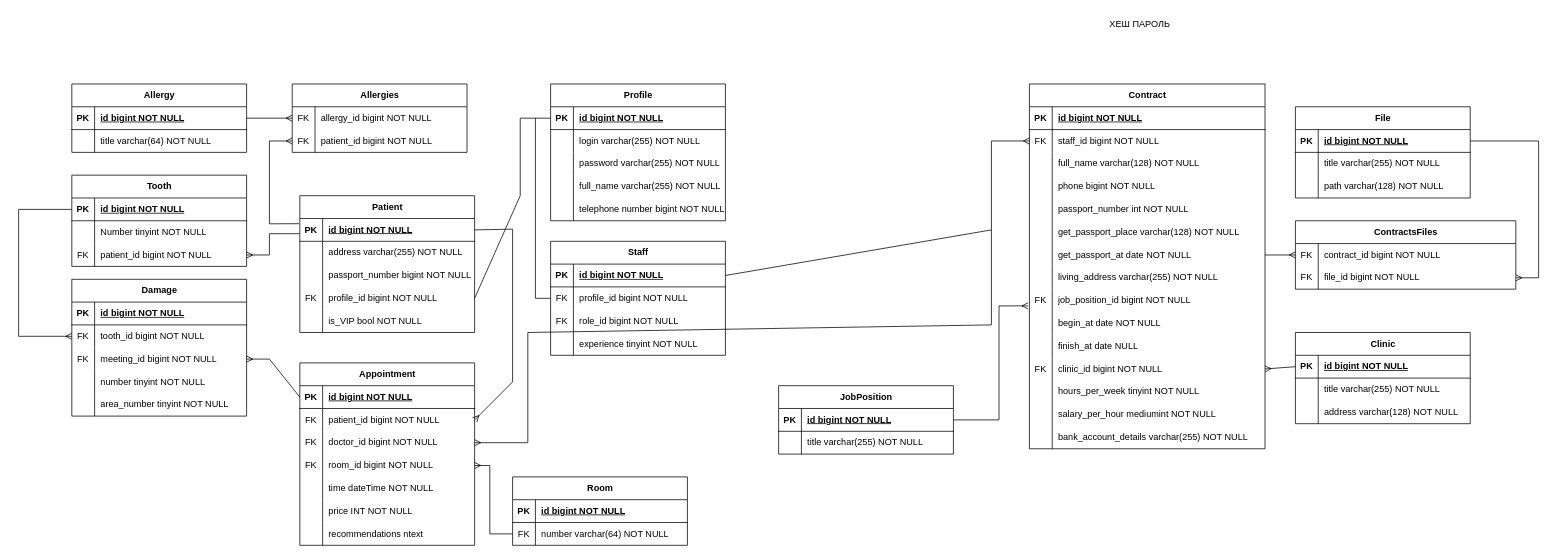
Earlier version of the draw.io diagram диаграммы баз данных/стоматология/логическая.drawio (DogNellaf/shoe-store). Source tidied: cells renumbered, new cells numbered last; positions are measured from the earlier drawing's top-left corner, leaving out a move shared by most shapes. Both pictures are drawn from the tidied source at 76%, with x=0, y=0 at pixel (18, 13).
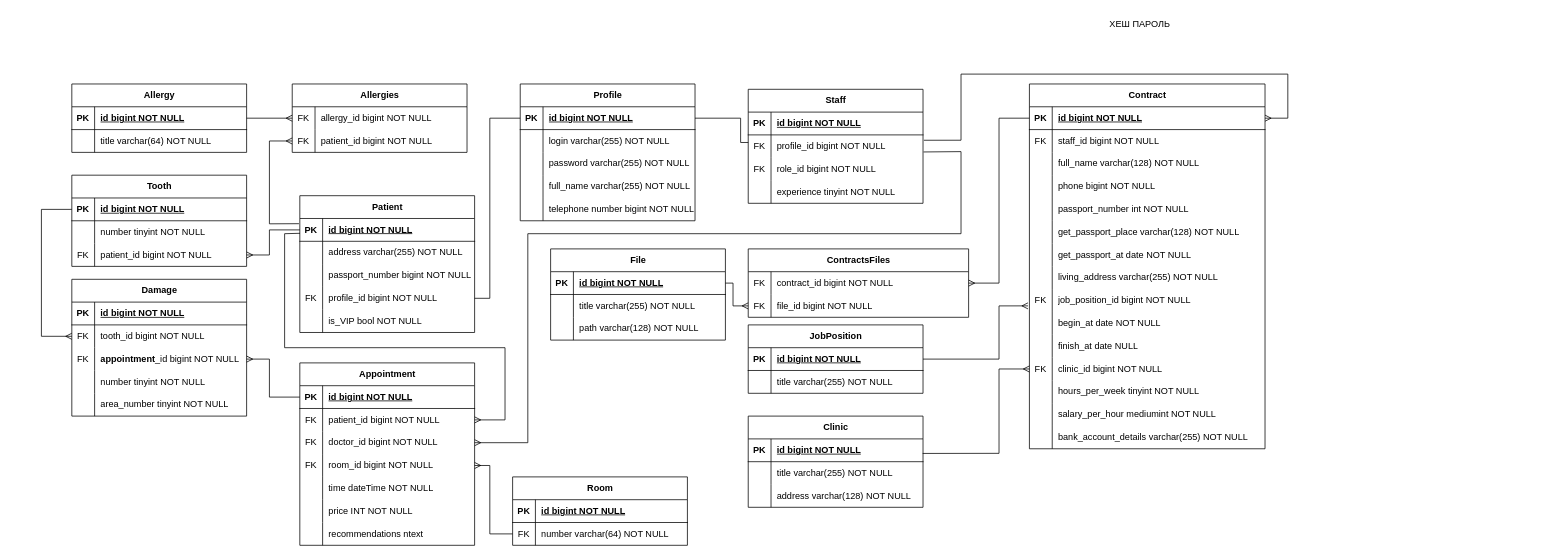
After the change.

Commit message (it also covers changes not shown here):
Небольшая правка диаграммы

Unchanged cells that the change refers to:
```xml
<mxCell id="24" style="shape=tableRow;horizontal=0;startSize=0;swimlaneHead=0;swimlaneBody=0;fillColor=none;points=[[0,0.5],[1,0.5]];portConstraint=eastwest;top=0;left=0;right=0;bottom=1;" parent="23" vertex="1">
  <mxGeometry y="30" width="230" height="30" as="geometry" />
</mxCell>
<mxCell id="27" style="shape=tableRow;horizontal=0;startSize=0;swimlaneHead=0;swimlaneBody=0;fillColor=none;top=0;left=0;right=0;bottom=0;" parent="23" vertex="1">
  <mxGeometry y="60" width="230" height="30" as="geometry" />
</mxCell>
<mxCell id="30" style="shape=tableRow;horizontal=0;startSize=0;swimlaneHead=0;swimlaneBody=0;fillColor=none;points=[[0,0.5],[1,0.5]];portConstraint=eastwest;top=0;left=0;right=0;bottom=0;" parent="23" vertex="1">
  <mxGeometry y="90" width="230" height="30" as="geometry" />
</mxCell>
<mxCell id="41" style="shape=tableRow;horizontal=0;startSize=0;swimlaneHead=0;swimlaneBody=0;fillColor=none;points=[[0,0.5],[1,0.5]];portConstraint=eastwest;top=0;left=0;right=0;bottom=1;" parent="40" vertex="1">
  <mxGeometry y="30" width="230" height="30" as="geometry" />
</mxCell>
<mxCell id="44" style="shape=tableRow;horizontal=0;startSize=0;swimlaneHead=0;swimlaneBody=0;fillColor=none;points=[[0,0.5],[1,0.5]];portConstraint=eastwest;top=0;left=0;right=0;bottom=0;" parent="40" vertex="1">
  <mxGeometry y="60" width="230" height="30" as="geometry" />
</mxCell>
<mxCell id="61" style="shape=tableRow;horizontal=0;startSize=0;swimlaneHead=0;swimlaneBody=0;fillColor=none;points=[[0,0.5],[1,0.5]];portConstraint=eastwest;top=0;left=0;right=0;bottom=1;" parent="60" vertex="1">
  <mxGeometry y="30" width="230" height="30" as="geometry" />
</mxCell>
<mxCell id="70" style="shape=tableRow;horizontal=0;startSize=0;swimlaneHead=0;swimlaneBody=0;fillColor=none;points=[[0,0.5],[1,0.5]];portConstraint=eastwest;top=0;left=0;right=0;bottom=0;" parent="60" vertex="1">
  <mxGeometry y="120" width="230" height="30" as="geometry" />
</mxCell>
<mxCell id="80" style="shape=tableRow;horizontal=0;startSize=0;swimlaneHead=0;swimlaneBody=0;fillColor=none;points=[[0,0.5],[1,0.5]];portConstraint=eastwest;top=0;left=0;right=0;bottom=0;" parent="76" vertex="1">
  <mxGeometry y="60" width="230" height="30" as="geometry" />
</mxCell>
<mxCell id="83" style="shape=tableRow;horizontal=0;startSize=0;swimlaneHead=0;swimlaneBody=0;fillColor=none;points=[[0,0.5],[1,0.5]];portConstraint=eastwest;top=0;left=0;right=0;bottom=0;" parent="76" vertex="1">
  <mxGeometry y="90" width="230" height="30" as="geometry" />
</mxCell>
<mxCell id="93" style="shape=tableRow;horizontal=0;startSize=0;swimlaneHead=0;swimlaneBody=0;fillColor=none;points=[[0,0.5],[1,0.5]];portConstraint=eastwest;top=0;left=0;right=0;bottom=1;" parent="92" vertex="1">
  <mxGeometry y="30" width="230" height="30" as="geometry" />
</mxCell>
<mxCell id="96" style="shape=tableRow;horizontal=0;startSize=0;swimlaneHead=0;swimlaneBody=0;fillColor=none;points=[[0,0.5],[1,0.5]];portConstraint=eastwest;top=0;left=0;right=0;bottom=0;" parent="92" vertex="1">
  <mxGeometry y="60" width="230" height="30" as="geometry" />
</mxCell>
<mxCell id="99" style="shape=tableRow;horizontal=0;startSize=0;swimlaneHead=0;swimlaneBody=0;fillColor=none;points=[[0,0.5],[1,0.5]];portConstraint=eastwest;top=0;left=0;right=0;bottom=0;" parent="92" vertex="1">
  <mxGeometry y="90" width="230" height="30" as="geometry" />
</mxCell>
<mxCell id="115" style="shape=tableRow;horizontal=0;startSize=0;swimlaneHead=0;swimlaneBody=0;fillColor=none;points=[[0,0.5],[1,0.5]];portConstraint=eastwest;top=0;left=0;right=0;bottom=1;" parent="114" vertex="1">
  <mxGeometry y="30" width="230" height="30" as="geometry" />
</mxCell>
<mxCell id="122" style="shape=tableRow;horizontal=0;startSize=0;swimlaneHead=0;swimlaneBody=0;fillColor=none;points=[[0,0.5],[1,0.5]];portConstraint=eastwest;top=0;left=0;right=0;bottom=1;" parent="121" vertex="1">
  <mxGeometry y="30" width="230" height="30" as="geometry" />
</mxCell>
<mxCell id="132" style="shape=tableRow;horizontal=0;startSize=0;swimlaneHead=0;swimlaneBody=0;fillColor=none;points=[[0,0.5],[1,0.5]];portConstraint=eastwest;top=0;left=0;right=0;bottom=1;" parent="131" vertex="1">
  <mxGeometry y="30" width="230" height="30" as="geometry" />
</mxCell>
<mxCell id="142" style="shape=tableRow;horizontal=0;startSize=0;swimlaneHead=0;swimlaneBody=0;fillColor=none;points=[[0,0.5],[1,0.5]];portConstraint=eastwest;top=0;left=0;right=0;bottom=0;" parent="141" vertex="1">
  <mxGeometry y="30" width="290" height="30" as="geometry" />
</mxCell>
<mxCell id="145" style="shape=tableRow;horizontal=0;startSize=0;swimlaneHead=0;swimlaneBody=0;fillColor=none;points=[[0,0.5],[1,0.5]];portConstraint=eastwest;top=0;left=0;right=0;bottom=0;" parent="141" vertex="1">
  <mxGeometry y="60" width="290" height="30" as="geometry" />
</mxCell>
<mxCell id="149" style="shape=tableRow;horizontal=0;startSize=0;swimlaneHead=0;swimlaneBody=0;fillColor=none;points=[[0,0.5],[1,0.5]];portConstraint=eastwest;top=0;left=0;right=0;bottom=1;" parent="148" vertex="1">
  <mxGeometry y="30" width="230" height="30" as="geometry" />
</mxCell>
<mxCell id="166" style="shape=tableRow;horizontal=0;startSize=0;swimlaneHead=0;swimlaneBody=0;fillColor=none;points=[[0,0.5],[1,0.5]];portConstraint=eastwest;top=0;left=0;right=0;bottom=1;" parent="165" vertex="1">
  <mxGeometry y="30" width="310" height="30" as="geometry" />
</mxCell>
<mxCell id="169" style="shape=tableRow;horizontal=0;startSize=0;swimlaneHead=0;swimlaneBody=0;fillColor=none;points=[[0,0.5],[1,0.5]];portConstraint=eastwest;top=0;left=0;right=0;bottom=0;" parent="165" vertex="1">
  <mxGeometry y="60" width="310" height="30" as="geometry" />
</mxCell>
<mxCell id="184" style="shape=tableRow;horizontal=0;startSize=0;swimlaneHead=0;swimlaneBody=0;fillColor=none;points=[[0,0.5],[1,0.5]];portConstraint=eastwest;top=0;left=0;right=0;bottom=0;" parent="165" vertex="1">
  <mxGeometry y="210" width="310" height="30" as="geometry" />
</mxCell>
<mxCell id="190" style="shape=tableRow;horizontal=0;startSize=0;swimlaneHead=0;swimlaneBody=0;fillColor=none;points=[[0,0.5],[1,0.5]];portConstraint=eastwest;top=0;left=0;right=0;bottom=0;" parent="165" vertex="1">
  <mxGeometry y="270" width="310" height="30" as="geometry" />
</mxCell>
<mxCell id="199" style="shape=tableRow;horizontal=0;startSize=0;swimlaneHead=0;swimlaneBody=0;fillColor=none;points=[[0,0.5],[1,0.5]];portConstraint=eastwest;top=0;left=0;right=0;bottom=0;" parent="165" vertex="1">
  <mxGeometry y="360" width="310" height="30" as="geometry" />
</mxCell>
```

What changed in the source:
```diff
@@
-    <mxCell id="2" style="endArrow=none;html=1;rounded=0;entryX=0;entryY=0.5;entryDx=0;entryDy=0;exitX=1;exitY=0.5;exitDx=0;exitDy=0;" parent="1" edge="1" source="70" target="149">
+    <mxCell id="2" style="endArrow=none;html=1;rounded=0;exitX=1;exitY=0.5;exitDx=0;exitDy=0;entryX=0;entryY=0.5;entryDx=0;entryDy=0;" parent="1" edge="1" source="70" target="149">
       <mxGeometry relative="1" as="geometry">
         <Array as="points">
-          <mxPoint x="660" y="240" />
-          <mxPoint x="660" y="138" />
+          <mxPoint x="620" y="375" />
+          <mxPoint x="620" y="138" />
         </Array>
       </mxGeometry>
     </mxCell>
-    <mxCell id="3" style="endArrow=ERmany;html=1;rounded=0;entryX=1;entryY=0.5;entryDx=0;entryDy=0;endFill=0;" parent="1" edge="1" target="99">
+    <mxCell id="3" style="endArrow=ERmany;html=1;rounded=0;entryX=1;entryY=0.5;entryDx=0;entryDy=0;endFill=0;exitX=1.003;exitY=0.748;exitDx=0;exitDy=0;exitPerimeter=0;" parent="1" edge="1" source="44" target="99">
       <mxGeometry relative="1" as="geometry">
-        <mxPoint x="1280" y="285" as="sourcePoint" />
         <Array as="points">
-          <mxPoint x="1280" y="410" />
-          <mxPoint x="670" y="420" />
+          <mxPoint x="1240" y="182" />
+          <mxPoint x="1240" y="290" />
+          <mxPoint x="670" y="290" />
           <mxPoint x="670" y="565" />
         </Array>
       </mxGeometry>
     </mxCell>
@@
     <mxCell id="7" style="endArrow=ERmany;html=1;rounded=0;entryX=0;entryY=0.5;entryDx=0;entryDy=0;exitX=0;exitY=0.5;exitDx=0;exitDy=0;endFill=0;" parent="1" edge="1" source="24" target="80">
       <mxGeometry relative="1" as="geometry">
         <Array as="points">
-          <mxPoint y="258" />
-          <mxPoint y="425" />
+          <mxPoint x="30" y="258" />
+          <mxPoint x="30" y="425" />
         </Array>
       </mxGeometry>
     </mxCell>
     <mxCell id="8" style="endArrow=ERmany;html=1;rounded=0;entryX=1;entryY=0.5;entryDx=0;entryDy=0;exitX=0;exitY=0.5;exitDx=0;exitDy=0;endFill=0;" parent="1" edge="1" source="93" target="83">
       <mxGeometry relative="1" as="geometry">
         <Array as="points">
+          <mxPoint x="330" y="505" />
           <mxPoint x="330" y="455" />
         </Array>
       </mxGeometry>
     </mxCell>
-    <mxCell id="9" style="endArrow=ERmany;html=1;rounded=0;entryX=1;entryY=0.5;entryDx=0;entryDy=0;exitX=1;exitY=0.5;exitDx=0;exitDy=0;endFill=0;" parent="1" edge="1" source="61" target="96">
+    <mxCell id="9" style="endArrow=ERmany;html=1;rounded=0;entryX=1;entryY=0.5;entryDx=0;entryDy=0;endFill=0;exitX=0.001;exitY=0.649;exitDx=0;exitDy=0;exitPerimeter=0;" parent="1" edge="1" source="61" target="96">
       <mxGeometry relative="1" as="geometry">
         <Array as="points">
-          <mxPoint x="650" y="284" />
-          <mxPoint x="650" y="485" />
+          <mxPoint x="350" y="290" />
+          <mxPoint x="350" y="440" />
+          <mxPoint x="640" y="440" />
+          <mxPoint x="640" y="535" />
         </Array>
       </mxGeometry>
     </mxCell>
-    <mxCell id="10" style="endArrow=ERmany;html=1;rounded=0;entryX=1;entryY=0.5;entryDx=0;entryDy=0;exitX=0;exitY=0.667;exitDx=0;exitDy=0;endFill=0;exitPerimeter=0;" parent="1" edge="1" source="61" target="30">
+    <mxCell id="10" style="endArrow=ERmany;html=1;rounded=0;entryX=1;entryY=0.5;entryDx=0;entryDy=0;exitX=0;exitY=0.5;exitDx=0;exitDy=0;endFill=0;" parent="1" edge="1" source="61" target="30">
       <mxGeometry relative="1" as="geometry">
         <Array as="points">
-          <mxPoint x="330" y="290" />
+          <mxPoint x="330" y="285" />
           <mxPoint x="330" y="318" />
         </Array>
       </mxGeometry>
     </mxCell>
-    <mxCell id="11" style="endArrow=ERmany;html=1;rounded=0;exitX=1;exitY=0.5;exitDx=0;exitDy=0;endFill=0;entryX=0;entryY=0.5;entryDx=0;entryDy=0;" parent="1" edge="1" source="41" target="169">
+    <mxCell id="11" style="endArrow=ERmany;html=1;rounded=0;endFill=0;exitX=1.005;exitY=0.235;exitDx=0;exitDy=0;exitPerimeter=0;entryX=1;entryY=0.5;entryDx=0;entryDy=0;" parent="1" edge="1" source="44" target="166">
       <mxGeometry relative="1" as="geometry">
         <Array as="points">
-          <mxPoint x="1280" y="285" />
-          <mxPoint x="1280" y="168" />
+          <mxPoint x="1240" y="167" />
+          <mxPoint x="1240" y="80" />
+          <mxPoint x="1670" y="80" />
+          <mxPoint x="1670" y="138" />
         </Array>
       </mxGeometry>
     </mxCell>
-    <mxCell id="12" style="endArrow=ERmany;html=1;rounded=0;exitX=1;exitY=0.5;exitDx=0;exitDy=0;entryX=1;entryY=0.5;entryDx=0;entryDy=0;endFill=0;" parent="1" edge="1" source="122" target="145">
+    <mxCell id="12" style="endArrow=ERmany;html=1;rounded=0;exitX=1;exitY=0.5;exitDx=0;exitDy=0;entryX=0;entryY=0.5;entryDx=0;entryDy=0;endFill=0;" parent="1" edge="1" source="122" target="145">
       <mxGeometry relative="1" as="geometry">
         <Array as="points">
-          <mxPoint x="2000" y="168" />
-          <mxPoint x="2000" y="348" />
+          <mxPoint x="940" y="355" />
+          <mxPoint x="940" y="385" />
         </Array>
       </mxGeometry>
     </mxCell>
-    <mxCell id="13" style="endArrow=ERmany;html=1;rounded=0;entryX=0;entryY=0.5;entryDx=0;entryDy=0;endFill=0;exitX=1;exitY=0.5;exitDx=0;exitDy=0;" parent="1" edge="1" source="184">
+    <mxCell id="13" style="endArrow=ERmany;html=1;rounded=0;entryX=1;entryY=0.5;entryDx=0;entryDy=0;endFill=0;exitX=0;exitY=0.5;exitDx=0;exitDy=0;" parent="1" edge="1" source="166" target="142">
       <mxGeometry relative="1" as="geometry">
-        <mxPoint x="1680" y="318" as="targetPoint" />
+        <Array as="points">
+          <mxPoint x="1290" y="138" />
+          <mxPoint x="1290" y="355" />
+        </Array>
       </mxGeometry>
     </mxCell>
     <mxCell id="14" style="endArrow=ERmany;html=1;rounded=0;exitX=1;exitY=0.5;exitDx=0;exitDy=0;endFill=0;entryX=-0.006;entryY=0.732;entryDx=0;entryDy=0;entryPerimeter=0;" parent="1" edge="1" source="115" target="190">
       <mxGeometry relative="1" as="geometry">
         <Array as="points">
-          <mxPoint x="1290" y="535" />
+          <mxPoint x="1290" y="455" />
           <mxPoint x="1290" y="385" />
         </Array>
       </mxGeometry>
     </mxCell>
-    <mxCell id="15" style="endArrow=ERmany;html=1;rounded=0;exitX=0;exitY=0.5;exitDx=0;exitDy=0;endFill=0;entryX=1;entryY=0.5;entryDx=0;entryDy=0;" parent="1" edge="1" source="132" target="199">
-      <mxGeometry relative="1" as="geometry" />
+    <mxCell id="15" style="endArrow=ERmany;html=1;rounded=0;exitX=0.998;exitY=0.638;exitDx=0;exitDy=0;endFill=0;entryX=0;entryY=0.5;entryDx=0;entryDy=0;exitPerimeter=0;" parent="1" edge="1" source="132" target="199">
+      <mxGeometry relative="1" as="geometry">
+        <Array as="points">
+          <mxPoint x="1290" y="579" />
+          <mxPoint x="1290" y="468" />
+        </Array>
+      </mxGeometry>
     </mxCell>
@@
-    <mxCell id="29" value="Number tinyint NOT NULL" style="shape=partialRectangle;fillColor=none;top=0;left=0;bottom=0;right=0;align=left;spacingLeft=6;overflow=hidden;whiteSpace=wrap;html=1;" parent="27" vertex="1">
+    <mxCell id="29" value="number tinyint NOT NULL" style="shape=partialRectangle;fillColor=none;top=0;left=0;bottom=0;right=0;align=left;spacingLeft=6;overflow=hidden;whiteSpace=wrap;html=1;" parent="27" vertex="1">
       <mxGeometry x="30" width="200" height="30" as="geometry" />
     </mxCell>
@@
     <mxCell id="40" value="Staff" style="shape=table;startSize=30;childLayout=tableLayout;rowLines=0;fontStyle=1;align=center;html=1;" parent="1" vertex="1">
-      <mxGeometry x="700" y="300" width="230" height="150" as="geometry" />
+      <mxGeometry x="960" y="100" width="230" height="150" as="geometry" />
     </mxCell>
@@
-    <mxCell id="85" value="meeting_id bigint NOT NULL" style="shape=partialRectangle;fillColor=none;top=0;left=0;bottom=0;right=0;align=left;spacingLeft=6;overflow=hidden;whiteSpace=wrap;html=1;" parent="83" vertex="1">
+    <mxCell id="85" value="&lt;span style=&quot;font-weight: 700; text-align: center;&quot;&gt;appointment&lt;/span&gt;_id bigint NOT NULL" style="shape=partialRectangle;fillColor=none;top=0;left=0;bottom=0;right=0;align=left;spacingLeft=6;overflow=hidden;whiteSpace=wrap;html=1;" parent="83" vertex="1">
       <mxGeometry x="30" width="200" height="30" as="geometry" />
     </mxCell>
@@
     <mxCell id="114" value="JobPosition" style="shape=table;startSize=30;childLayout=tableLayout;rowLines=0;fontStyle=1;align=center;html=1;" parent="1" vertex="1">
-      <mxGeometry x="1000" y="490" width="230" height="90" as="geometry" />
+      <mxGeometry x="960" y="410" width="230" height="90" as="geometry" />
     </mxCell>
@@
     <mxCell id="121" value="File" style="shape=table;startSize=30;childLayout=tableLayout;rowLines=0;fontStyle=1;align=center;html=1;" parent="1" vertex="1">
-      <mxGeometry x="1680" y="123" width="230" height="120" as="geometry" />
+      <mxGeometry x="700" y="310" width="230" height="120" as="geometry" />
     </mxCell>
@@
     <mxCell id="131" value="Clinic" style="shape=table;startSize=30;childLayout=tableLayout;rowLines=0;fontStyle=1;align=center;html=1;" parent="1" vertex="1">
-      <mxGeometry x="1680" y="420" width="230" height="120" as="geometry" />
+      <mxGeometry x="960" y="530" width="230" height="120" as="geometry" />
     </mxCell>
@@
     <mxCell id="141" value="СontractsFiles" style="shape=table;startSize=30;childLayout=tableLayout;rowLines=0;fontStyle=1;align=center;html=1;" parent="1" vertex="1">
-      <mxGeometry x="1680" y="273" width="290" height="90" as="geometry" />
+      <mxGeometry x="960" y="310" width="290" height="90" as="geometry" />
     </mxCell>
@@
     <mxCell id="148" value="Profile" style="shape=table;startSize=30;childLayout=tableLayout;rowLines=0;fontStyle=1;align=center;html=1;" parent="1" vertex="1">
-      <mxGeometry x="700" y="93" width="230" height="180" as="geometry" />
+      <mxGeometry x="660" y="93" width="230" height="180" as="geometry" />
     </mxCell>
@@
-    <mxCell id="211" style="endArrow=none;html=1;rounded=0;exitX=0;exitY=0.5;exitDx=0;exitDy=0;" parent="1" edge="1" source="44">
+    <mxCell id="211" style="endArrow=none;html=1;rounded=0;entryX=0;entryY=0.333;entryDx=0;entryDy=0;entryPerimeter=0;exitX=1;exitY=0.5;exitDx=0;exitDy=0;" parent="1" edge="1" source="149" target="44">
       <mxGeometry relative="1" as="geometry">
-        <mxPoint x="680" y="138" as="targetPoint" />
         <Array as="points">
-          <mxPoint x="680" y="375" />
+          <mxPoint x="950" y="138" />
+          <mxPoint x="950" y="170" />
         </Array>
       </mxGeometry>
     </mxCell>
```
